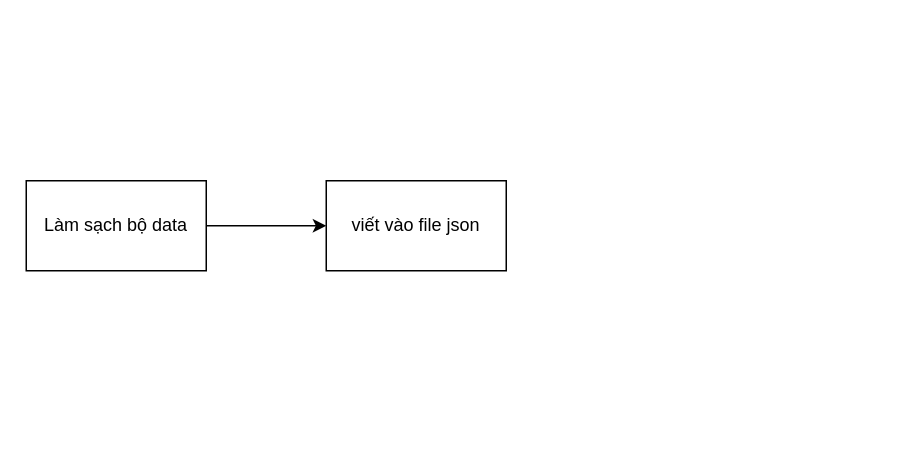
The draw.io diagram page "Long Đàm, Ngọc Hải vs Hùng (clear data)" (3 of 7) of ID.drawio in PhamVanHung412004/Building_a_physics_problem_solving_system, before the edit. Source tidied: cells renumbered, new cells numbered last; positions are measured from the earlier drawing's top-left corner, leaving out a move shared by most shapes. Both pictures are drawn from the tidied source at 150%, with x=0, y=0 at pixel (26, 180).
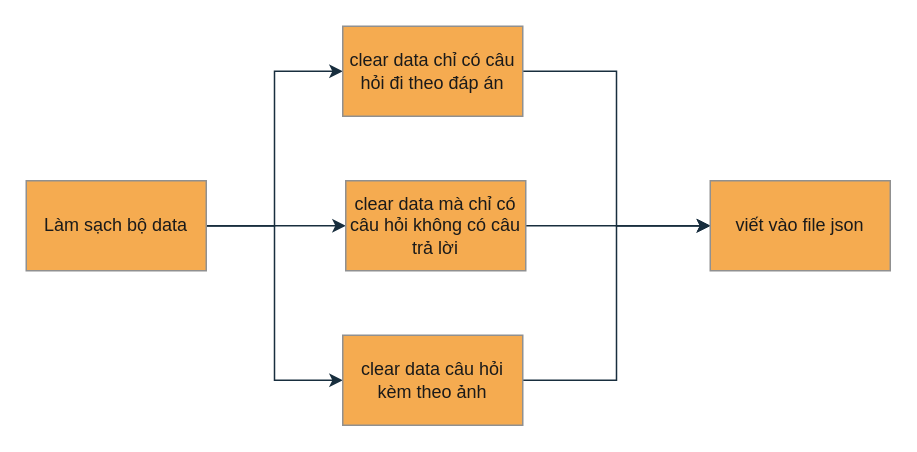
The same diagram, later.

The edit, as a diff of the source:
```diff
@@
 <mxGraphModel>
   <root>
     <mxCell id="0" />
     <mxCell id="1" parent="0" />
-    <mxCell id="2" style="edgeStyle=orthogonalEdgeStyle;rounded=0;jettySize=auto;html=1;" parent="1" edge="1" source="3" target="4">
-      <mxGeometry relative="1" as="geometry" />
-    </mxCell>
+    <mxCell id="5" style="edgeStyle=orthogonalEdgeStyle;rounded=0;jettySize=auto;html=1;exitX=1;exitY=0.5;exitDx=0;exitDy=0;entryX=0;entryY=0.5;entryDx=0;entryDy=0;strokeColor=#182E3E;fontColor=#1A1A1A;" parent="1" edge="1" source="3" target="9">
+      <mxGeometry relative="1" as="geometry" />
+    </mxCell>
+    <mxCell id="6" style="edgeStyle=orthogonalEdgeStyle;rounded=0;jettySize=auto;html=1;exitX=1;exitY=0.5;exitDx=0;exitDy=0;entryX=0;entryY=0.5;entryDx=0;entryDy=0;strokeColor=#182E3E;fontColor=#1A1A1A;" parent="1" edge="1" source="3" target="11">
+      <mxGeometry relative="1" as="geometry" />
+    </mxCell>
+    <mxCell id="7" style="edgeStyle=orthogonalEdgeStyle;rounded=0;jettySize=auto;html=1;exitX=1;exitY=0.5;exitDx=0;exitDy=0;entryX=0;entryY=0.5;entryDx=0;entryDy=0;strokeColor=#182E3E;fontColor=#1A1A1A;" parent="1" edge="1" source="3" target="13">
+      <mxGeometry relative="1" as="geometry" />
+    </mxCell>
-    <mxCell id="3" value="Làm sạch bộ data" style="rounded=0;whiteSpace=wrap;html=1;" parent="1" vertex="1">
+    <mxCell id="3" value="Làm sạch bộ data" style="rounded=0;whiteSpace=wrap;html=1;labelBackgroundColor=none;fillColor=#F5AB50;strokeColor=#909090;fontColor=#1A1A1A;" parent="1" vertex="1">
       <mxGeometry width="120" height="60" as="geometry" />
     </mxCell>
+    <mxCell id="8" style="edgeStyle=orthogonalEdgeStyle;rounded=0;jettySize=auto;html=1;exitX=1;exitY=0.5;exitDx=0;exitDy=0;entryX=0;entryY=0.5;entryDx=0;entryDy=0;strokeColor=#182E3E;fontColor=#1A1A1A;" parent="1" edge="1" source="9" target="4">
+      <mxGeometry relative="1" as="geometry" />
+    </mxCell>
+    <mxCell id="9" value="clear data chỉ có câu hỏi đi theo đáp án" style="rounded=0;whiteSpace=wrap;html=1;strokeColor=#909090;fontColor=#1A1A1A;fillColor=#F5AB50;" parent="1" vertex="1">
+      <mxGeometry x="211" y="-103" width="120" height="60" as="geometry" />
+    </mxCell>
+    <mxCell id="10" style="edgeStyle=orthogonalEdgeStyle;rounded=0;jettySize=auto;html=1;exitX=1;exitY=0.5;exitDx=0;exitDy=0;strokeColor=#182E3E;fontColor=#1A1A1A;" parent="1" edge="1" source="11" target="4">
+      <mxGeometry relative="1" as="geometry" />
+    </mxCell>
+    <mxCell id="11" value="clear data mà chỉ có câu hỏi không có câu trả lời" style="rounded=0;whiteSpace=wrap;html=1;strokeColor=#909090;fontColor=#1A1A1A;fillColor=#F5AB50;" parent="1" vertex="1">
+      <mxGeometry x="213" width="120" height="60" as="geometry" />
+    </mxCell>
+    <mxCell id="12" style="edgeStyle=orthogonalEdgeStyle;rounded=0;jettySize=auto;html=1;exitX=1;exitY=0.5;exitDx=0;exitDy=0;entryX=0;entryY=0.5;entryDx=0;entryDy=0;strokeColor=#182E3E;fontColor=#1A1A1A;" parent="1" edge="1" source="13" target="4">
+      <mxGeometry relative="1" as="geometry" />
+    </mxCell>
+    <mxCell id="13" value="clear data câu hỏi kèm theo ảnh" style="rounded=0;whiteSpace=wrap;html=1;strokeColor=#909090;fontColor=#1A1A1A;fillColor=#F5AB50;" parent="1" vertex="1">
+      <mxGeometry x="211" y="103" width="120" height="60" as="geometry" />
+    </mxCell>
-    <mxCell id="4" value="viết vào file json" style="whiteSpace=wrap;html=1;rounded=0;" parent="1" vertex="1">
-      <mxGeometry x="200" width="120" height="60" as="geometry" />
+    <mxCell id="4" value="viết vào file json" style="rounded=0;whiteSpace=wrap;html=1;strokeColor=#909090;fontColor=#1A1A1A;fillColor=#F5AB50;" parent="1" vertex="1">
+      <mxGeometry x="456" width="120" height="60" as="geometry" />
     </mxCell>
   </root>
 </mxGraphModel>
```
